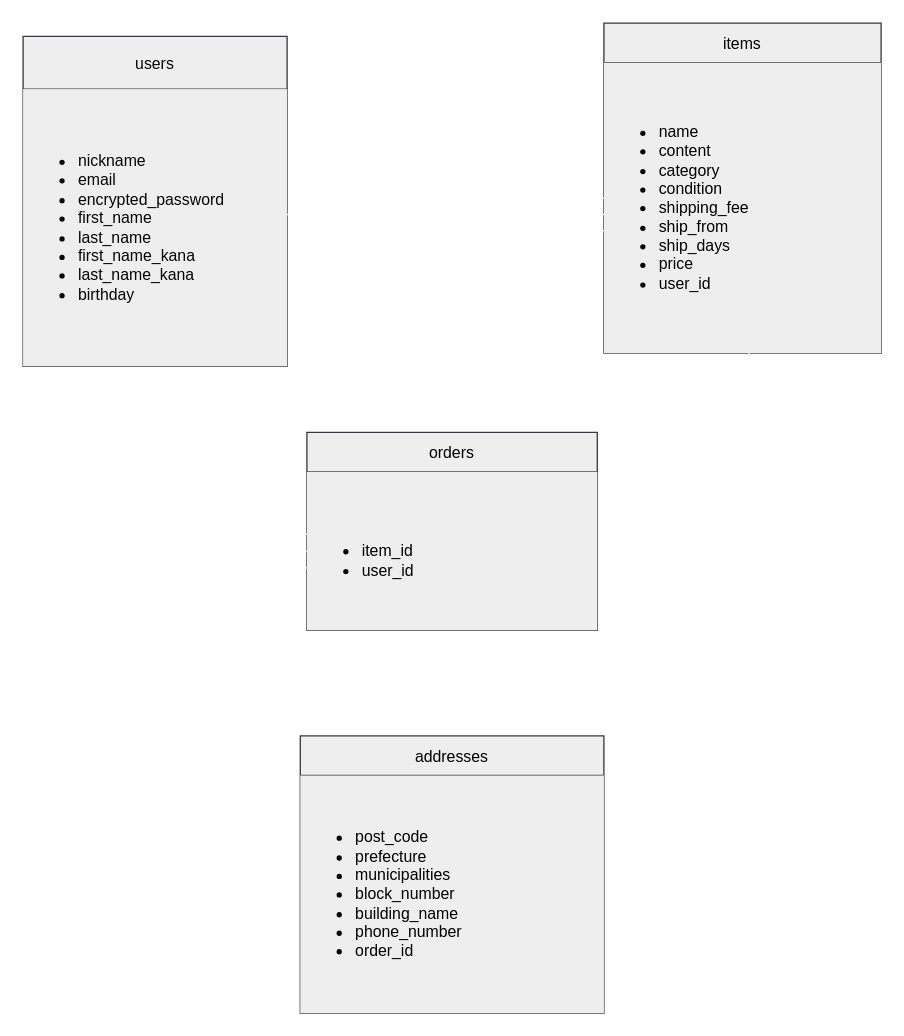
The draw.io diagram furima.dio in shiratama317/furima-40379, before the edit. Source tidied: cells renumbered, new cells numbered last; positions are measured from the earlier drawing's top-left corner, leaving out a move shared by most shapes. Both pictures are drawn from the tidied source at 132%, with x=0, y=0 at pixel (22, 22).
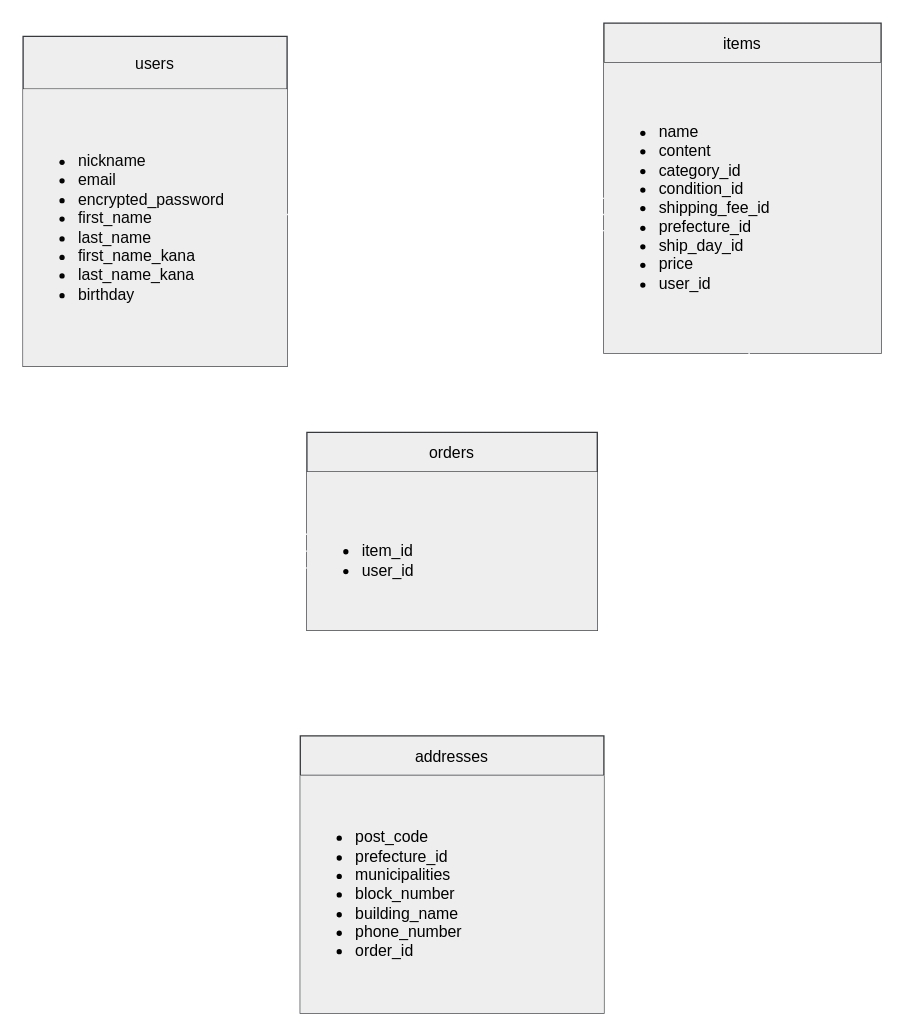
The same diagram, later.

Commit message (it also covers changes not shown here):
DB設計　修正版

The change refers to these unchanged cells:
```xml
<mxCell id="6" style="shape=tableRow;horizontal=0;startSize=0;swimlaneHead=0;swimlaneBody=0;top=0;left=0;bottom=0;right=0;fillColor=none;" parent="5" vertex="1">
  <mxGeometry y="30" width="210" height="220" as="geometry" />
</mxCell>
<mxCell id="13" style="shape=tableRow;horizontal=0;startSize=0;swimlaneHead=0;swimlaneBody=0;top=0;left=0;bottom=0;right=0;fillColor=none;" parent="12" vertex="1">
  <mxGeometry y="30" width="230" height="180" as="geometry" />
</mxCell>
```

Change to the diagram source:
```diff
@@
-    <mxCell id="7" value="&lt;ul&gt;&lt;li&gt;name&lt;/li&gt;&lt;li&gt;content&lt;/li&gt;&lt;li&gt;category&lt;/li&gt;&lt;li&gt;condition&lt;/li&gt;&lt;li&gt;shipping_fee&lt;/li&gt;&lt;li&gt;ship_from&lt;/li&gt;&lt;li&gt;ship_days&lt;/li&gt;&lt;li&gt;price&lt;/li&gt;&lt;li&gt;user_id&lt;/li&gt;&lt;/ul&gt;" style="shape=partialRectangle;html=1;whiteSpace=wrap;overflow=hidden;fillColor=#eeeeee;top=0;left=0;bottom=0;right=0;align=left;strokeColor=#36393d;fontColor=#000000;" parent="6" vertex="1">
+    <mxCell id="7" value="&lt;ul&gt;&lt;li&gt;name&lt;/li&gt;&lt;li&gt;content&lt;/li&gt;&lt;li&gt;category_id&lt;/li&gt;&lt;li&gt;condition_id&lt;/li&gt;&lt;li&gt;shipping_fee_id&lt;/li&gt;&lt;li&gt;prefecture_id&lt;/li&gt;&lt;li&gt;ship_day_id&lt;/li&gt;&lt;li&gt;price&lt;/li&gt;&lt;li&gt;user_id&lt;/li&gt;&lt;/ul&gt;" style="shape=partialRectangle;html=1;whiteSpace=wrap;overflow=hidden;fillColor=#eeeeee;top=0;left=0;bottom=0;right=0;align=left;strokeColor=#36393d;fontColor=#000000;" parent="6" vertex="1">
       <mxGeometry width="210" height="220" as="geometry" />
     </mxCell>
@@
-    <mxCell id="14" value="&lt;ul&gt;&lt;li&gt;post_code&lt;/li&gt;&lt;li&gt;prefecture&lt;/li&gt;&lt;li&gt;municipalities&lt;/li&gt;&lt;li&gt;block_number&lt;/li&gt;&lt;li&gt;building_name&lt;/li&gt;&lt;li&gt;phone_number&lt;/li&gt;&lt;li&gt;order_id&lt;/li&gt;&lt;/ul&gt;" style="shape=partialRectangle;html=1;whiteSpace=wrap;overflow=hidden;fillColor=#eeeeee;top=0;left=0;bottom=0;right=0;align=left;strokeColor=#36393d;fontColor=#000000;" parent="13" vertex="1">
+    <mxCell id="14" value="&lt;ul&gt;&lt;li&gt;post_code&lt;/li&gt;&lt;li&gt;prefecture_id&lt;/li&gt;&lt;li&gt;municipalities&lt;/li&gt;&lt;li&gt;block_number&lt;/li&gt;&lt;li&gt;building_name&lt;/li&gt;&lt;li&gt;phone_number&lt;/li&gt;&lt;li&gt;order_id&lt;/li&gt;&lt;/ul&gt;" style="shape=partialRectangle;html=1;whiteSpace=wrap;overflow=hidden;fillColor=#eeeeee;top=0;left=0;bottom=0;right=0;align=left;strokeColor=#36393d;fontColor=#000000;" parent="13" vertex="1">
       <mxGeometry width="230" height="180" as="geometry" />
     </mxCell>
```
